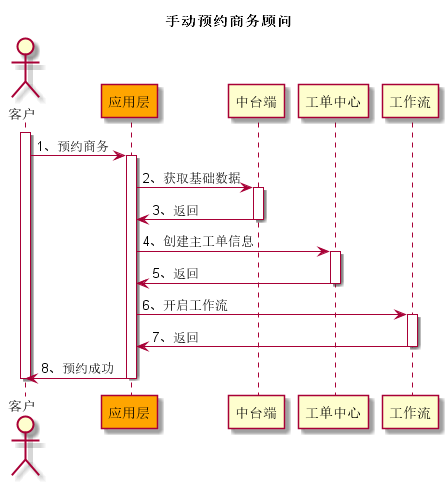
twfx7758/blchina keeps this PlantUML diagram as refactor/out/plantuml/1.手动预约商务顾问/手动预约商务顾问.png. Above is the earlier version.
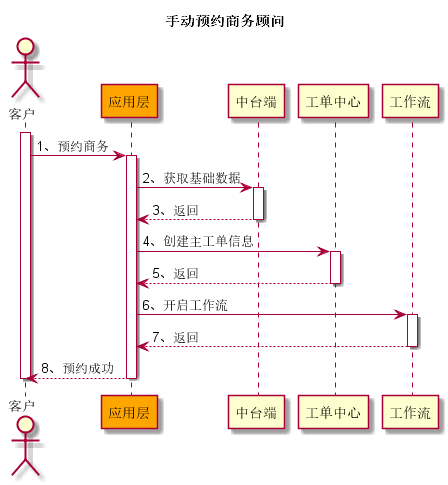
Above is the later version.

Change to the diagram source:
```diff
@@ -15,22 +15,22 @@
 AppLayer -> Center: 2、获取基础数据
 activate Center
 
-Center -> AppLayer: 3、返回
+Center --> AppLayer: 3、返回
 deactivate
 
 AppLayer -> WorkOrder: 4、创建主工单信息
 activate WorkOrder
 
-WorkOrder -> AppLayer: 5、返回
+WorkOrder --> AppLayer: 5、返回
 deactivate WorkOrder
 
 AppLayer -> WorkFLow: 6、开启工作流
 activate WorkFLow
 
-WorkFLow -> AppLayer: 7、返回
+WorkFLow --> AppLayer: 7、返回
 deactivate WorkFLow
 
-AppLayer -> Customer: 8、预约成功
+AppLayer --> Customer: 8、预约成功
 deactivate AppLayer
 deactivate Customer
 
```
